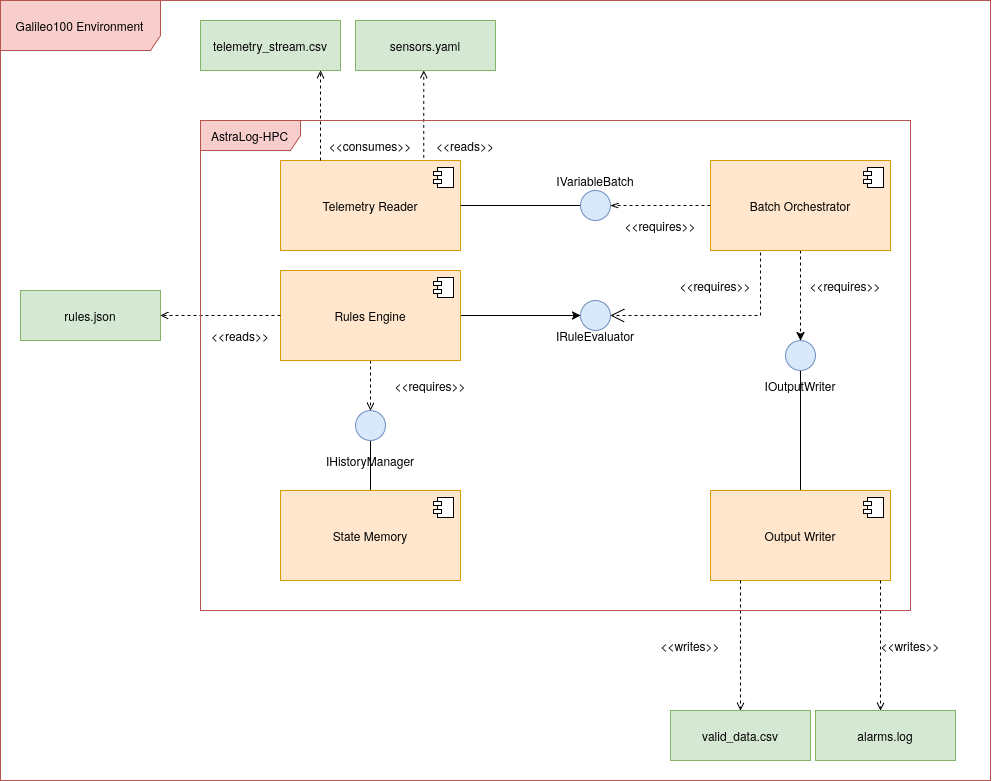
Above: uml/component_diagram.png in DomDegi/DeGiorgioPelorosso (draw.io), before the change. Source tidied: cells renumbered, new cells last; positions are measured from the earlier drawing's top-left corner, leaving out a move shared by most shapes. Its diagram source:
```xml
<mxGraphModel>
  <root>
    <mxCell id="0" />
    <mxCell id="1" parent="0" />
    <mxCell id="2" value="Telemetry Reader" style="html=1;whiteSpace=wrap;fillColor=#ffe6cc;strokeColor=#d79b00;" parent="1" vertex="1">
      <mxGeometry x="280" y="160" width="180" height="90" as="geometry" />
    </mxCell>
    <mxCell id="3" style="shape=module;jettyWidth=8;jettyHeight=4;" parent="2" vertex="1">
      <mxGeometry x="1" width="20" height="20" relative="1" as="geometry">
        <mxPoint x="-27" y="7" as="offset" />
      </mxGeometry>
    </mxCell>
    <mxCell id="4" style="edgeStyle=orthogonalEdgeStyle;rounded=0;jettySize=auto;html=1;dashed=1;endArrow=open;endFill=0;" parent="1" edge="1" source="2" target="5">
      <mxGeometry relative="1" as="geometry">
        <Array as="points">
          <mxPoint x="320" y="120" />
          <mxPoint x="320" y="120" />
        </Array>
      </mxGeometry>
    </mxCell>
    <mxCell id="5" value="telemetry_stream.csv" style="html=1;whiteSpace=wrap;fillColor=#d5e8d4;strokeColor=#82b366;" parent="1" vertex="1">
      <mxGeometry x="200" y="20" width="140" height="50" as="geometry" />
    </mxCell>
    <mxCell id="6" style="edgeStyle=orthogonalEdgeStyle;rounded=0;jettySize=auto;html=1;dashed=1;endArrow=open;endFill=0;exitX=0.796;exitY=-0.029;exitDx=0;exitDy=0;exitPerimeter=0;" parent="1" edge="1" source="2" target="7">
      <mxGeometry relative="1" as="geometry">
        <Array as="points">
          <mxPoint x="423" y="90" />
          <mxPoint x="423" y="90" />
        </Array>
      </mxGeometry>
    </mxCell>
    <mxCell id="7" value="&lt;div&gt;sensors.yaml&lt;/div&gt;" style="html=1;whiteSpace=wrap;fillColor=#d5e8d4;strokeColor=#82b366;" parent="1" vertex="1">
      <mxGeometry x="355" y="20" width="140" height="50" as="geometry" />
    </mxCell>
    <mxCell id="8" value="&amp;lt;&amp;lt;consumes&amp;gt;&amp;gt;" style="text;html=1;whiteSpace=wrap;strokeColor=none;fillColor=none;align=center;verticalAlign=middle;rounded=0;" parent="1" vertex="1">
      <mxGeometry x="340" y="130" width="60" height="30" as="geometry" />
    </mxCell>
    <mxCell id="9" value="&amp;lt;&amp;lt;reads&amp;gt;&amp;gt;" style="text;html=1;whiteSpace=wrap;strokeColor=none;fillColor=none;align=center;verticalAlign=middle;rounded=0;" parent="1" vertex="1">
      <mxGeometry x="435" y="130" width="60" height="30" as="geometry" />
    </mxCell>
    <mxCell id="10" style="edgeStyle=orthogonalEdgeStyle;rounded=0;jettySize=auto;html=1;dashed=1;endArrow=open;endFill=0;" parent="1" edge="1" source="12" target="18">
      <mxGeometry relative="1" as="geometry" />
    </mxCell>
    <mxCell id="11" style="edgeStyle=orthogonalEdgeStyle;rounded=0;jettySize=auto;html=1;" parent="1" edge="1" source="12" target="31">
      <mxGeometry relative="1" as="geometry" />
    </mxCell>
    <mxCell id="12" value="Rules Engine" style="html=1;whiteSpace=wrap;fillColor=#ffe6cc;strokeColor=#d79b00;" parent="1" vertex="1">
      <mxGeometry x="280" y="270" width="180" height="90" as="geometry" />
    </mxCell>
    <mxCell id="13" style="shape=module;jettyWidth=8;jettyHeight=4;" parent="12" vertex="1">
      <mxGeometry x="1" width="20" height="20" relative="1" as="geometry">
        <mxPoint x="-27" y="7" as="offset" />
      </mxGeometry>
    </mxCell>
    <mxCell id="14" style="edgeStyle=orthogonalEdgeStyle;rounded=0;jettySize=auto;html=1;dashed=1;endArrow=open;endFill=0;" parent="1" edge="1" source="12" target="15">
      <mxGeometry relative="1" as="geometry" />
    </mxCell>
    <mxCell id="15" value="rules.json" style="html=1;whiteSpace=wrap;fillColor=#d5e8d4;strokeColor=#82b366;" parent="1" vertex="1">
      <mxGeometry x="20" y="290" width="140" height="50" as="geometry" />
    </mxCell>
    <mxCell id="16" value="&amp;lt;&amp;lt;reads&amp;gt;&amp;gt;" style="text;html=1;whiteSpace=wrap;strokeColor=none;fillColor=none;align=center;verticalAlign=middle;rounded=0;" parent="1" vertex="1">
      <mxGeometry x="210" y="320" width="60" height="30" as="geometry" />
    </mxCell>
    <mxCell id="17" style="edgeStyle=orthogonalEdgeStyle;rounded=0;jettySize=auto;html=1;endArrow=none;endFill=0;" parent="1" edge="1" source="18" target="20">
      <mxGeometry relative="1" as="geometry" />
    </mxCell>
    <mxCell id="18" style="ellipse;contract=1;fillColor=#dae8fc;strokeColor=#6c8ebf;" parent="1" vertex="1">
      <mxGeometry x="355" y="410" width="30" height="30" as="geometry" />
    </mxCell>
    <mxCell id="19" value="&amp;lt;&amp;lt;requires&amp;gt;&amp;gt;" style="text;html=1;whiteSpace=wrap;strokeColor=none;fillColor=none;align=center;verticalAlign=middle;rounded=0;" parent="1" vertex="1">
      <mxGeometry x="400" y="370" width="60" height="30" as="geometry" />
    </mxCell>
    <mxCell id="20" value="State Memory" style="html=1;whiteSpace=wrap;fillColor=#ffe6cc;strokeColor=#d79b00;" parent="1" vertex="1">
      <mxGeometry x="280" y="490" width="180" height="90" as="geometry" />
    </mxCell>
    <mxCell id="21" style="shape=module;jettyWidth=8;jettyHeight=4;" parent="20" vertex="1">
      <mxGeometry x="1" width="20" height="20" relative="1" as="geometry">
        <mxPoint x="-27" y="7" as="offset" />
      </mxGeometry>
    </mxCell>
    <mxCell id="22" value="IHistoryManager" style="text;html=1;whiteSpace=wrap;strokeColor=none;fillColor=none;align=center;verticalAlign=middle;rounded=0;" parent="1" vertex="1">
      <mxGeometry x="340" y="430" width="60" height="60" as="geometry" />
    </mxCell>
    <mxCell id="23" style="edgeStyle=orthogonalEdgeStyle;rounded=0;jettySize=auto;html=1;endArrow=none;endFill=0;" parent="1" edge="1" source="2" target="25">
      <mxGeometry relative="1" as="geometry" />
    </mxCell>
    <mxCell id="24" style="edgeStyle=orthogonalEdgeStyle;rounded=0;jettySize=auto;html=1;endArrow=openThin;endFill=0;dashed=1;" parent="1" edge="1" source="29" target="25">
      <mxGeometry relative="1" as="geometry" />
    </mxCell>
    <mxCell id="25" style="ellipse;contract=1;fillColor=#dae8fc;strokeColor=#6c8ebf;" parent="1" vertex="1">
      <mxGeometry x="580" y="190" width="30" height="30" as="geometry" />
    </mxCell>
    <mxCell id="26" value="IVariableBatch" style="text;html=1;whiteSpace=wrap;strokeColor=none;fillColor=none;align=center;verticalAlign=middle;rounded=0;" parent="1" vertex="1">
      <mxGeometry x="565" y="150" width="60" height="60" as="geometry" />
    </mxCell>
    <mxCell id="27" value="&amp;lt;&amp;lt;requires&amp;gt;&amp;gt;" style="text;html=1;whiteSpace=wrap;strokeColor=none;fillColor=none;align=center;verticalAlign=middle;rounded=0;" parent="1" vertex="1">
      <mxGeometry x="630" y="210" width="60" height="30" as="geometry" />
    </mxCell>
    <mxCell id="28" style="edgeStyle=orthogonalEdgeStyle;rounded=0;jettySize=auto;html=1;dashed=1;" parent="1" edge="1" source="29" target="36">
      <mxGeometry relative="1" as="geometry">
        <Array as="points">
          <mxPoint x="800" y="280" />
          <mxPoint x="800" y="280" />
        </Array>
      </mxGeometry>
    </mxCell>
    <mxCell id="29" value="Batch Orchestrator" style="html=1;whiteSpace=wrap;fillColor=#ffe6cc;strokeColor=#d79b00;" parent="1" vertex="1">
      <mxGeometry x="710" y="160" width="180" height="90" as="geometry" />
    </mxCell>
    <mxCell id="30" style="shape=module;jettyWidth=8;jettyHeight=4;" parent="29" vertex="1">
      <mxGeometry x="1" width="20" height="20" relative="1" as="geometry">
        <mxPoint x="-27" y="7" as="offset" />
      </mxGeometry>
    </mxCell>
    <mxCell id="31" style="ellipse;contract=1;fillColor=#dae8fc;strokeColor=#6c8ebf;" parent="1" vertex="1">
      <mxGeometry x="580" y="300" width="30" height="30" as="geometry" />
    </mxCell>
    <mxCell id="32" value="IRuleEvaluator" style="text;html=1;whiteSpace=wrap;strokeColor=none;fillColor=none;align=center;verticalAlign=middle;rounded=0;" parent="1" vertex="1">
      <mxGeometry x="565" y="320" width="60" height="30" as="geometry" />
    </mxCell>
    <mxCell id="33" style="endArrow=open;endSize=12;dashed=1;html=1;rounded=0;exitX=0.278;exitY=1.022;exitDx=0;exitDy=0;exitPerimeter=0;" parent="1" edge="1" source="29" target="31">
      <mxGeometry x="0.05" y="45" relative="1" as="geometry">
        <Array as="points">
          <mxPoint x="760" y="315" />
        </Array>
      </mxGeometry>
    </mxCell>
    <mxCell id="34" value="&amp;lt;&amp;lt;requires&amp;gt;&amp;gt;" style="text;html=1;whiteSpace=wrap;strokeColor=none;fillColor=none;align=center;verticalAlign=middle;rounded=0;" parent="1" vertex="1">
      <mxGeometry x="685" y="270" width="60" height="30" as="geometry" />
    </mxCell>
    <mxCell id="35" style="edgeStyle=orthogonalEdgeStyle;rounded=0;jettySize=auto;html=1;endArrow=none;endFill=0;" parent="1" edge="1" source="36" target="38">
      <mxGeometry relative="1" as="geometry" />
    </mxCell>
    <mxCell id="36" style="ellipse;contract=1;fillColor=#dae8fc;strokeColor=#6c8ebf;" parent="1" vertex="1">
      <mxGeometry x="785" y="340" width="30" height="30" as="geometry" />
    </mxCell>
    <mxCell id="37" value="&amp;lt;&amp;lt;requires&amp;gt;&amp;gt;" style="text;html=1;whiteSpace=wrap;strokeColor=none;fillColor=none;align=center;verticalAlign=middle;rounded=0;" parent="1" vertex="1">
      <mxGeometry x="815" y="270" width="60" height="30" as="geometry" />
    </mxCell>
    <mxCell id="38" value="&lt;div&gt;Output Writer&lt;/div&gt;" style="html=1;whiteSpace=wrap;fillColor=#ffe6cc;strokeColor=#d79b00;" parent="1" vertex="1">
      <mxGeometry x="710" y="490" width="180" height="90" as="geometry" />
    </mxCell>
    <mxCell id="39" style="shape=module;jettyWidth=8;jettyHeight=4;" parent="38" vertex="1">
      <mxGeometry x="1" width="20" height="20" relative="1" as="geometry">
        <mxPoint x="-27" y="7" as="offset" />
      </mxGeometry>
    </mxCell>
    <mxCell id="40" value="IOutputWriter" style="text;html=1;whiteSpace=wrap;strokeColor=none;fillColor=none;align=center;verticalAlign=middle;rounded=0;" parent="1" vertex="1">
      <mxGeometry x="770" y="370" width="60" height="30" as="geometry" />
    </mxCell>
    <mxCell id="41" value="valid_data.csv" style="html=1;whiteSpace=wrap;fillColor=#d5e8d4;strokeColor=#82b366;" parent="1" vertex="1">
      <mxGeometry x="670" y="710" width="140" height="50" as="geometry" />
    </mxCell>
    <mxCell id="42" value="alarms.log" style="html=1;whiteSpace=wrap;fillColor=#d5e8d4;strokeColor=#82b366;" parent="1" vertex="1">
      <mxGeometry x="815" y="710" width="140" height="50" as="geometry" />
    </mxCell>
    <mxCell id="43" style="edgeStyle=orthogonalEdgeStyle;rounded=0;jettySize=auto;html=1;dashed=1;endArrow=open;endFill=0;" parent="1" edge="1" source="38" target="41">
      <mxGeometry relative="1" as="geometry">
        <Array as="points">
          <mxPoint x="740" y="640" />
          <mxPoint x="740" y="640" />
        </Array>
      </mxGeometry>
    </mxCell>
    <mxCell id="44" style="edgeStyle=orthogonalEdgeStyle;rounded=0;jettySize=auto;html=1;dashed=1;endArrow=open;endFill=0;" parent="1" edge="1" source="38" target="42">
      <mxGeometry relative="1" as="geometry">
        <Array as="points">
          <mxPoint x="880" y="670" />
          <mxPoint x="880" y="670" />
        </Array>
      </mxGeometry>
    </mxCell>
    <mxCell id="45" value="&amp;lt;&amp;lt;writes&amp;gt;&amp;gt;" style="text;html=1;whiteSpace=wrap;strokeColor=none;fillColor=none;align=center;verticalAlign=middle;rounded=0;" parent="1" vertex="1">
      <mxGeometry x="660" y="630" width="60" height="30" as="geometry" />
    </mxCell>
    <mxCell id="46" value="&amp;lt;&amp;lt;writes&amp;gt;&amp;gt;" style="text;html=1;whiteSpace=wrap;strokeColor=none;fillColor=none;align=center;verticalAlign=middle;rounded=0;" parent="1" vertex="1">
      <mxGeometry x="880" y="630" width="60" height="30" as="geometry" />
    </mxCell>
    <mxCell id="47" value="AstraLog-HPC" style="shape=umlFrame;whiteSpace=wrap;html=1;width=100;height=30;fillColor=#f8cecc;strokeColor=#b85450;" parent="1" vertex="1">
      <mxGeometry x="200" y="120" width="710" height="490" as="geometry" />
    </mxCell>
    <mxCell id="48" value="Galileo100 Environment" style="shape=umlFrame;whiteSpace=wrap;html=1;width=160;height=50;fillColor=#f8cecc;strokeColor=#b85450;" parent="1" vertex="1">
      <mxGeometry width="990" height="780" as="geometry" />
    </mxCell>
  </root>
</mxGraphModel>
```
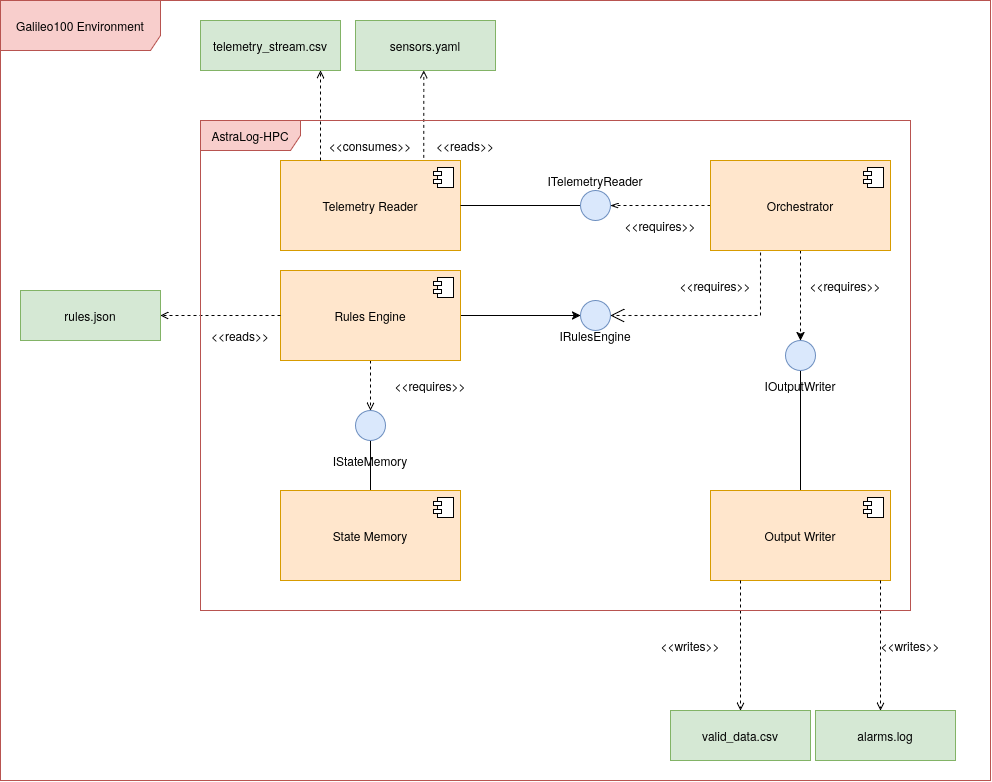
After the change.

The edit, as a diff of the source:
```diff
@@ -78,7 +78,7 @@
         <mxPoint x="-27" y="7" as="offset" />
       </mxGeometry>
     </mxCell>
-    <mxCell id="22" value="IHistoryManager" style="text;html=1;whiteSpace=wrap;strokeColor=none;fillColor=none;align=center;verticalAlign=middle;rounded=0;" parent="1" vertex="1">
+    <mxCell id="22" value="IStateMemory" style="text;html=1;whiteSpace=wrap;strokeColor=none;fillColor=none;align=center;verticalAlign=middle;rounded=0;" parent="1" vertex="1">
       <mxGeometry x="340" y="430" width="60" height="60" as="geometry" />
     </mxCell>
     <mxCell id="23" style="edgeStyle=orthogonalEdgeStyle;rounded=0;jettySize=auto;html=1;endArrow=none;endFill=0;" parent="1" edge="1" source="2" target="25">
@@ -90,7 +90,7 @@
     <mxCell id="25" style="ellipse;contract=1;fillColor=#dae8fc;strokeColor=#6c8ebf;" parent="1" vertex="1">
       <mxGeometry x="580" y="190" width="30" height="30" as="geometry" />
     </mxCell>
-    <mxCell id="26" value="IVariableBatch" style="text;html=1;whiteSpace=wrap;strokeColor=none;fillColor=none;align=center;verticalAlign=middle;rounded=0;" parent="1" vertex="1">
+    <mxCell id="26" value="ITelemetryReader" style="text;html=1;whiteSpace=wrap;strokeColor=none;fillColor=none;align=center;verticalAlign=middle;rounded=0;" parent="1" vertex="1">
       <mxGeometry x="565" y="150" width="60" height="60" as="geometry" />
     </mxCell>
     <mxCell id="27" value="&amp;lt;&amp;lt;requires&amp;gt;&amp;gt;" style="text;html=1;whiteSpace=wrap;strokeColor=none;fillColor=none;align=center;verticalAlign=middle;rounded=0;" parent="1" vertex="1">
@@ -104,7 +104,7 @@
         </Array>
       </mxGeometry>
     </mxCell>
-    <mxCell id="29" value="Batch Orchestrator" style="html=1;whiteSpace=wrap;fillColor=#ffe6cc;strokeColor=#d79b00;" parent="1" vertex="1">
+    <mxCell id="29" value="Orchestrator" style="html=1;whiteSpace=wrap;fillColor=#ffe6cc;strokeColor=#d79b00;" parent="1" vertex="1">
       <mxGeometry x="710" y="160" width="180" height="90" as="geometry" />
     </mxCell>
     <mxCell id="30" style="shape=module;jettyWidth=8;jettyHeight=4;" parent="29" vertex="1">
@@ -115,7 +115,7 @@
     <mxCell id="31" style="ellipse;contract=1;fillColor=#dae8fc;strokeColor=#6c8ebf;" parent="1" vertex="1">
       <mxGeometry x="580" y="300" width="30" height="30" as="geometry" />
     </mxCell>
-    <mxCell id="32" value="IRuleEvaluator" style="text;html=1;whiteSpace=wrap;strokeColor=none;fillColor=none;align=center;verticalAlign=middle;rounded=0;" parent="1" vertex="1">
+    <mxCell id="32" value="IRulesEngine" style="text;html=1;whiteSpace=wrap;strokeColor=none;fillColor=none;align=center;verticalAlign=middle;rounded=0;" parent="1" vertex="1">
       <mxGeometry x="565" y="320" width="60" height="30" as="geometry" />
     </mxCell>
     <mxCell id="33" style="endArrow=open;endSize=12;dashed=1;html=1;rounded=0;exitX=0.278;exitY=1.022;exitDx=0;exitDy=0;exitPerimeter=0;" parent="1" edge="1" source="29" target="31">
```
